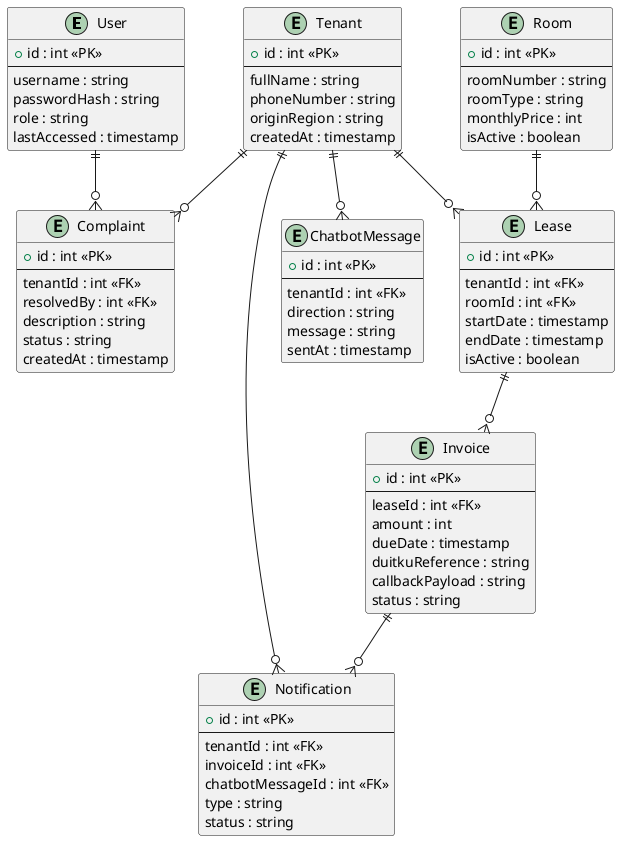
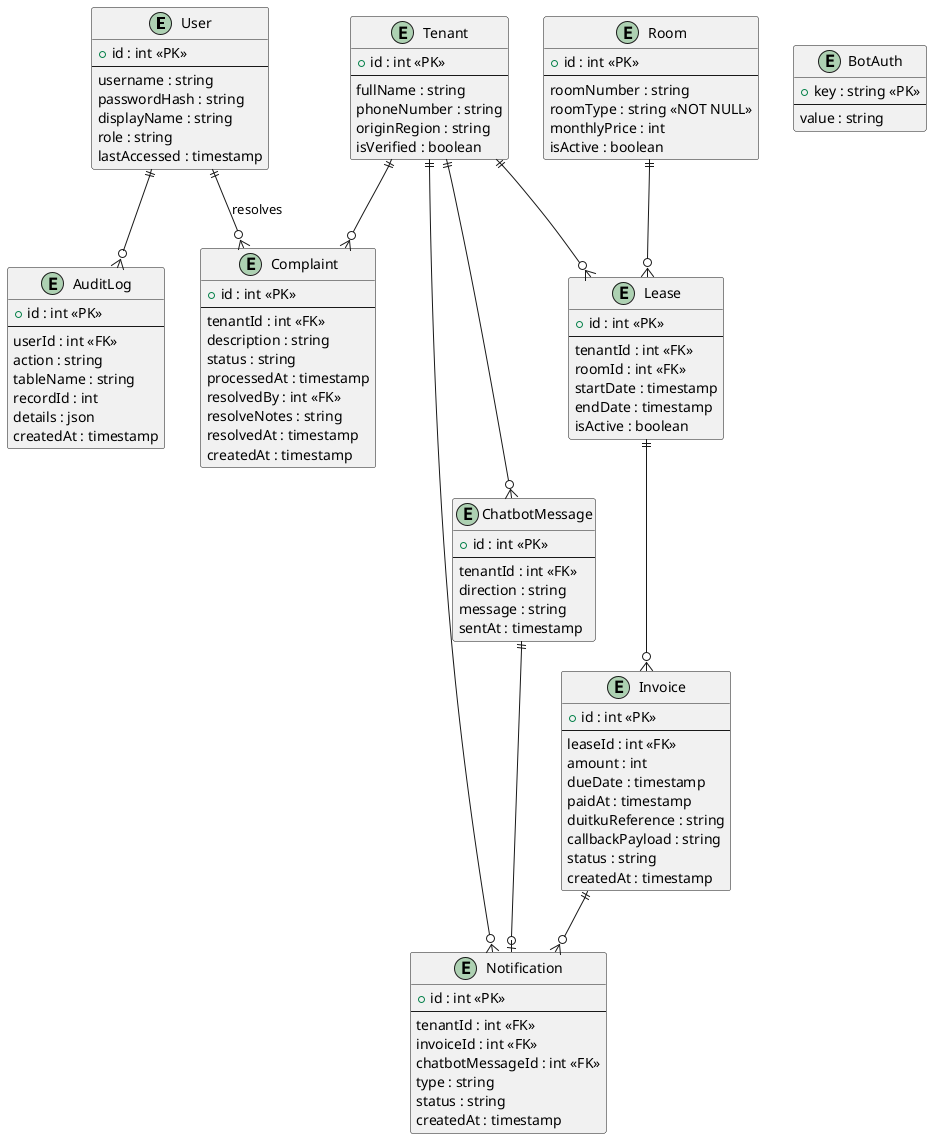
@startuml

entity User {
    + id : int <<PK>>
    --
    username : string
    passwordHash : string
+     displayName : string
    role : string
    lastAccessed : timestamp
}

entity Tenant {
    + id : int <<PK>>
    --
    fullName : string
    phoneNumber : string
    originRegion : string
-     createdAt : timestamp
+     isVerified : boolean
}

entity Room {
    + id : int <<PK>>
    --
    roomNumber : string
-     roomType : string
+     roomType : string <<NOT NULL>>
    monthlyPrice : int
    isActive : boolean
}

entity Lease {
    + id : int <<PK>>
    --
    tenantId : int <<FK>>
    roomId : int <<FK>>
    startDate : timestamp
    endDate : timestamp
    isActive : boolean
}

entity Invoice {
    + id : int <<PK>>
    --
    leaseId : int <<FK>>
    amount : int
    dueDate : timestamp
+     paidAt : timestamp
    duitkuReference : string
    callbackPayload : string
    status : string
+     createdAt : timestamp
}

entity ChatbotMessage {
    + id : int <<PK>>
    --
    tenantId : int <<FK>>
    direction : string
    message : string
    sentAt : timestamp
}

entity Notification {
    + id : int <<PK>>
    --
    tenantId : int <<FK>>
    invoiceId : int <<FK>>
    chatbotMessageId : int <<FK>>
    type : string
    status : string
+     createdAt : timestamp
+ }
+ 
+ entity AuditLog {
+     + id : int <<PK>>
+     --
+     userId : int <<FK>>
+     action : string
+     tableName : string
+     recordId : int
+     details : json
+     createdAt : timestamp
}

entity Complaint {
    + id : int <<PK>>
    --
    tenantId : int <<FK>>
-     resolvedBy : int <<FK>>
    description : string
    status : string
+     processedAt : timestamp
+     resolvedBy : int <<FK>>
+     resolveNotes : string
+     resolvedAt : timestamp
    createdAt : timestamp
+ }
+ 
+ entity BotAuth {
+     + key : string <<PK>>
+     --
+     value : string
}

' RELATIONSHIPS
Tenant ||--o{ Lease
Room ||--o{ Lease
Lease ||--o{ Invoice
Tenant ||--o{ ChatbotMessage
Tenant ||--o{ Notification
Invoice ||--o{ Notification
+ ChatbotMessage ||--o| Notification
Tenant ||--o{ Complaint
- User ||--o{ Complaint
+ User ||--o{ Complaint : resolves
+ User ||--o{ AuditLog

@enduml